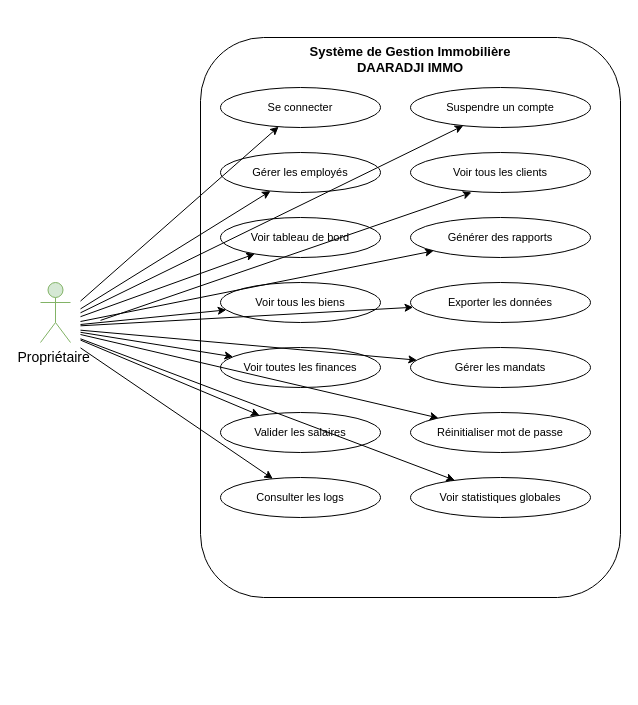
Before: page "UseCase-Proprietaire" (2 of 3) of diagramme-contexte.drawio in Awa-ndao/gestion-immobiliere-daaradji, a draw.io diagram. Source tidied: cells renumbered, new cells numbered last; positions are measured from the earlier drawing's top-left corner, leaving out a move shared by most shapes. Both pictures are drawn from the tidied source at 100%, with x=0, y=0 at pixel (40, 37).
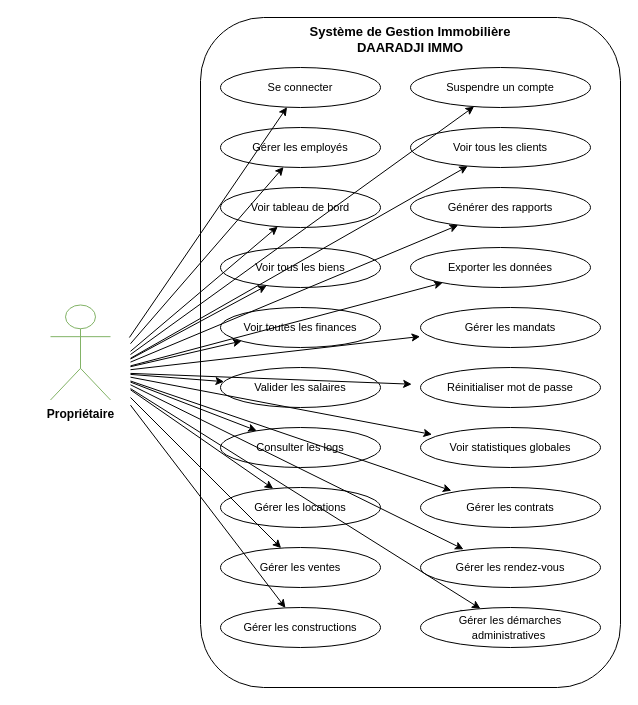
After the change.

Commit message:
Mettre à jour UseCase-Proprietaire.drawio

The edit, as a diff of the source:
```diff
@@
     <mxCell id="2" value="Système de Gestion Immobilière&#10;DAARADJI IMMO" style="rounded=1;whiteSpace=wrap;html=1;fillColor=none;     strokeColor=#000000;fontSize=13;fontStyle=1;verticalAlign=top;     spacingTop=10;" parent="1" vertex="1">
-      <mxGeometry x="160" width="420" height="560" as="geometry" />
+      <mxGeometry x="160" y="-20" width="420" height="670" as="geometry" />
     </mxCell>
     <mxCell id="3" value="Se connecter" style="ellipse;whiteSpace=wrap;html=1;fontSize=11;" parent="1" vertex="1">
-      <mxGeometry x="180" y="50" width="160" height="40" as="geometry" />
+      <mxGeometry x="180" y="30" width="160" height="40" as="geometry" />
     </mxCell>
     <mxCell id="4" value="Gérer les employés" style="ellipse;whiteSpace=wrap;html=1;fontSize=11;" parent="1" vertex="1">
-      <mxGeometry x="180" y="115" width="160" height="40" as="geometry" />
+      <mxGeometry x="180" y="90" width="160" height="40" as="geometry" />
     </mxCell>
     <mxCell id="5" value="Voir tableau de bord" style="ellipse;whiteSpace=wrap;html=1;fontSize=11;" parent="1" vertex="1">
-      <mxGeometry x="180" y="180" width="160" height="40" as="geometry" />
+      <mxGeometry x="180" y="150" width="160" height="40" as="geometry" />
     </mxCell>
     <mxCell id="6" value="Voir tous les biens" style="ellipse;whiteSpace=wrap;html=1;fontSize=11;" parent="1" vertex="1">
-      <mxGeometry x="180" y="245" width="160" height="40" as="geometry" />
+      <mxGeometry x="180" y="210" width="160" height="40" as="geometry" />
     </mxCell>
     <mxCell id="7" value="Voir toutes les finances" style="ellipse;whiteSpace=wrap;html=1;fontSize=11;" parent="1" vertex="1">
-      <mxGeometry x="180" y="310" width="160" height="40" as="geometry" />
+      <mxGeometry x="180" y="270" width="160" height="40" as="geometry" />
     </mxCell>
     <mxCell id="8" value="Valider les salaires" style="ellipse;whiteSpace=wrap;html=1;fontSize=11;" parent="1" vertex="1">
-      <mxGeometry x="180" y="375" width="160" height="40" as="geometry" />
+      <mxGeometry x="180" y="330" width="160" height="40" as="geometry" />
     </mxCell>
     <mxCell id="9" value="Consulter les logs" style="ellipse;whiteSpace=wrap;html=1;fontSize=11;" parent="1" vertex="1">
-      <mxGeometry x="180" y="440" width="160" height="40" as="geometry" />
+      <mxGeometry x="180" y="390" width="160" height="40" as="geometry" />
     </mxCell>
-    <mxCell id="10" value="Suspendre un compte" style="ellipse;whiteSpace=wrap;html=1;fontSize=11;" parent="1" vertex="1">
-      <mxGeometry x="370" y="50" width="180" height="40" as="geometry" />
+    <mxCell id="10" value="Gérer les locations" style="ellipse;whiteSpace=wrap;html=1;fontSize=11;" parent="1" vertex="1">
+      <mxGeometry x="180" y="450" width="160" height="40" as="geometry" />
     </mxCell>
-    <mxCell id="11" value="Voir tous les clients" style="ellipse;whiteSpace=wrap;html=1;fontSize=11;" parent="1" vertex="1">
-      <mxGeometry x="370" y="115" width="180" height="40" as="geometry" />
+    <mxCell id="11" value="Gérer les ventes" style="ellipse;whiteSpace=wrap;html=1;fontSize=11;" parent="1" vertex="1">
+      <mxGeometry x="180" y="510" width="160" height="40" as="geometry" />
     </mxCell>
-    <mxCell id="12" value="Générer des rapports" style="ellipse;whiteSpace=wrap;html=1;fontSize=11;" parent="1" vertex="1">
-      <mxGeometry x="370" y="180" width="180" height="40" as="geometry" />
+    <mxCell id="12" value="Gérer les constructions" style="ellipse;whiteSpace=wrap;html=1;fontSize=11;" parent="1" vertex="1">
+      <mxGeometry x="180" y="570" width="160" height="40" as="geometry" />
     </mxCell>
-    <mxCell id="13" value="Exporter les données" style="ellipse;whiteSpace=wrap;html=1;fontSize=11;" parent="1" vertex="1">
-      <mxGeometry x="370" y="245" width="180" height="40" as="geometry" />
+    <mxCell id="13" value="Suspendre un compte" style="ellipse;whiteSpace=wrap;html=1;fontSize=11;" parent="1" vertex="1">
+      <mxGeometry x="370" y="30" width="180" height="40" as="geometry" />
     </mxCell>
-    <mxCell id="14" value="Gérer les mandats" style="ellipse;whiteSpace=wrap;html=1;fontSize=11;" parent="1" vertex="1">
-      <mxGeometry x="370" y="310" width="180" height="40" as="geometry" />
+    <mxCell id="14" value="Voir tous les clients" style="ellipse;whiteSpace=wrap;html=1;fontSize=11;" parent="1" vertex="1">
+      <mxGeometry x="370" y="90" width="180" height="40" as="geometry" />
     </mxCell>
-    <mxCell id="15" value="Réinitialiser mot de passe" style="ellipse;whiteSpace=wrap;html=1;fontSize=11;" parent="1" vertex="1">
-      <mxGeometry x="370" y="375" width="180" height="40" as="geometry" />
+    <mxCell id="15" value="Générer des rapports" style="ellipse;whiteSpace=wrap;html=1;fontSize=11;" parent="1" vertex="1">
+      <mxGeometry x="370" y="150" width="180" height="40" as="geometry" />
     </mxCell>
-    <mxCell id="16" value="Voir statistiques globales" style="ellipse;whiteSpace=wrap;html=1;fontSize=11;" parent="1" vertex="1">
-      <mxGeometry x="370" y="440" width="180" height="40" as="geometry" />
+    <mxCell id="16" value="Exporter les données" style="ellipse;whiteSpace=wrap;html=1;fontSize=11;" parent="1" vertex="1">
+      <mxGeometry x="370" y="210" width="180" height="40" as="geometry" />
     </mxCell>
-    <mxCell id="17" parent="1" edge="1" target="3">
-      <mxGeometry relative="1" as="geometry">
-        <mxPoint x="40" y="263.6" as="sourcePoint" />
-      </mxGeometry>
-    </mxCell>
-    <mxCell id="18" parent="1" edge="1" target="4">
-      <mxGeometry relative="1" as="geometry">
-        <mxPoint x="40" y="271.4" as="sourcePoint" />
-      </mxGeometry>
-    </mxCell>
-    <mxCell id="19" parent="1" edge="1" target="5">
-      <mxGeometry relative="1" as="geometry">
-        <mxPoint x="40" y="279.2" as="sourcePoint" />
-      </mxGeometry>
-    </mxCell>
-    <mxCell id="20" parent="1" edge="1" target="6">
-      <mxGeometry relative="1" as="geometry">
-        <mxPoint x="40" y="287" as="sourcePoint" />
-      </mxGeometry>
-    </mxCell>
-    <mxCell id="21" parent="1" edge="1" target="7">
-      <mxGeometry relative="1" as="geometry">
-        <mxPoint x="40" y="294.8" as="sourcePoint" />
-      </mxGeometry>
-    </mxCell>
-    <mxCell id="22" parent="1" edge="1" target="8">
-      <mxGeometry relative="1" as="geometry">
-        <mxPoint x="40" y="302.6" as="sourcePoint" />
-      </mxGeometry>
-    </mxCell>
-    <mxCell id="23" parent="1" edge="1" target="9">
+    <mxCell id="23" parent="1" edge="1" target="3">
       <mxGeometry relative="1" as="geometry">
-        <mxPoint x="40" y="310.4" as="sourcePoint" />
+        <mxPoint x="88.9" y="300" as="sourcePoint" />
       </mxGeometry>
     </mxCell>
-    <mxCell id="24" parent="1" edge="1" target="10">
+    <mxCell id="24" parent="1" edge="1" target="4">
       <mxGeometry relative="1" as="geometry">
-        <mxPoint x="40" y="275.3" as="sourcePoint" />
+        <mxPoint x="90" y="306.2" as="sourcePoint" />
       </mxGeometry>
     </mxCell>
-    <mxCell id="25" parent="1" edge="1">
+    <mxCell id="25" parent="1" edge="1" target="5">
       <mxGeometry relative="1" as="geometry">
-        <mxPoint x="60" y="282.9" as="sourcePoint" />
-        <mxPoint x="431" y="155" as="targetPoint" />
+        <mxPoint x="90" y="313.8" as="sourcePoint" />
       </mxGeometry>
     </mxCell>
-    <mxCell id="26" parent="1" edge="1" target="12">
+    <mxCell id="26" parent="1" edge="1" target="6">
       <mxGeometry relative="1" as="geometry">
-        <mxPoint x="40" y="284" as="sourcePoint" />
+        <mxPoint x="90" y="321.5" as="sourcePoint" />
       </mxGeometry>
     </mxCell>
-    <mxCell id="27" parent="1" edge="1" target="13">
+    <mxCell id="27" parent="1" edge="1" target="7">
       <mxGeometry relative="1" as="geometry">
-        <mxPoint x="40" y="288.3" as="sourcePoint" />
+        <mxPoint x="90" y="329.2" as="sourcePoint" />
       </mxGeometry>
     </mxCell>
-    <mxCell id="28" parent="1" edge="1" target="14">
+    <mxCell id="28" parent="1" edge="1" target="8">
       <mxGeometry relative="1" as="geometry">
-        <mxPoint x="40" y="292.7" as="sourcePoint" />
+        <mxPoint x="90" y="336.9" as="sourcePoint" />
       </mxGeometry>
     </mxCell>
-    <mxCell id="29" parent="1" edge="1" target="15">
+    <mxCell id="29" parent="1" edge="1" target="9">
       <mxGeometry relative="1" as="geometry">
-        <mxPoint x="40" y="297" as="sourcePoint" />
+        <mxPoint x="90" y="344.6" as="sourcePoint" />
       </mxGeometry>
     </mxCell>
-    <mxCell id="30" parent="1" edge="1" target="16">
+    <mxCell id="30" parent="1" edge="1" target="10">
       <mxGeometry relative="1" as="geometry">
-        <mxPoint x="40" y="301.3" as="sourcePoint" />
+        <mxPoint x="90" y="352.3" as="sourcePoint" />
       </mxGeometry>
     </mxCell>
+    <mxCell id="32" parent="1" edge="1" target="11">
+      <mxGeometry relative="1" as="geometry">
+        <mxPoint x="90" y="360" as="sourcePoint" />
+      </mxGeometry>
+    </mxCell>
+    <mxCell id="33" parent="1" edge="1" target="12">
+      <mxGeometry relative="1" as="geometry">
+        <mxPoint x="90" y="367.7" as="sourcePoint" />
+      </mxGeometry>
+    </mxCell>
+    <mxCell id="34" parent="1" edge="1" target="13">
+      <mxGeometry relative="1" as="geometry">
+        <mxPoint x="90" y="317" as="sourcePoint" />
+      </mxGeometry>
+    </mxCell>
+    <mxCell id="35" parent="1" edge="1" target="14">
+      <mxGeometry relative="1" as="geometry">
+        <mxPoint x="90" y="320.8" as="sourcePoint" />
+      </mxGeometry>
+    </mxCell>
+    <mxCell id="36" parent="1" edge="1" target="15">
+      <mxGeometry relative="1" as="geometry">
+        <mxPoint x="90" y="324.6" as="sourcePoint" />
+      </mxGeometry>
+    </mxCell>
+    <mxCell id="37" parent="1" edge="1" target="16">
+      <mxGeometry relative="1" as="geometry">
+        <mxPoint x="90" y="328.4" as="sourcePoint" />
+      </mxGeometry>
+    </mxCell>
+    <mxCell id="38" parent="1" edge="1">
+      <mxGeometry relative="1" as="geometry">
+        <mxPoint x="90" y="332.2" as="sourcePoint" />
+        <mxPoint x="379.6" y="299" as="targetPoint" />
+      </mxGeometry>
+    </mxCell>
+    <mxCell id="39" parent="1" edge="1">
+      <mxGeometry relative="1" as="geometry">
+        <mxPoint x="90" y="335.9" as="sourcePoint" />
+        <mxPoint x="371.2" y="346.7" as="targetPoint" />
+      </mxGeometry>
+    </mxCell>
+    <mxCell id="40" parent="1" edge="1">
+      <mxGeometry relative="1" as="geometry">
+        <mxPoint x="90" y="339.7" as="sourcePoint" />
+        <mxPoint x="391.5" y="397" as="targetPoint" />
+      </mxGeometry>
+    </mxCell>
+    <mxCell id="41" parent="1" edge="1">
+      <mxGeometry relative="1" as="geometry">
+        <mxPoint x="90" y="343.5" as="sourcePoint" />
+        <mxPoint x="410.9" y="453.2" as="targetPoint" />
+      </mxGeometry>
+    </mxCell>
+    <mxCell id="42" parent="1" edge="1">
+      <mxGeometry relative="1" as="geometry">
+        <mxPoint x="90" y="347.3" as="sourcePoint" />
+        <mxPoint x="423" y="511.8" as="targetPoint" />
+      </mxGeometry>
+    </mxCell>
+    <mxCell id="43" parent="1" edge="1" source="50">
+      <mxGeometry relative="1" as="geometry">
+        <mxPoint x="419.2" y="572.2" as="targetPoint" />
+      </mxGeometry>
+    </mxCell>
+    <mxCell id="44" value="&lt;span style=&quot;font-size: 11px;&quot;&gt;Gérer les mandats&lt;/span&gt;" style="ellipse;whiteSpace=wrap;html=1;shapeInside=1;" parent="1" vertex="1">
+      <mxGeometry x="380" y="270" width="180" height="40" as="geometry" />
+    </mxCell>
+    <mxCell id="45" value="&lt;span style=&quot;font-size: 11px;&quot;&gt;Réinitialiser mot de passe&lt;/span&gt;" style="ellipse;whiteSpace=wrap;html=1;shapeInside=1;" parent="1" vertex="1">
+      <mxGeometry x="380" y="330" width="180" height="40" as="geometry" />
+    </mxCell>
+    <mxCell id="46" value="&lt;span style=&quot;font-size: 11px;&quot;&gt;Voir statistiques globales&lt;/span&gt;" style="ellipse;whiteSpace=wrap;html=1;shapeInside=1;" parent="1" vertex="1">
+      <mxGeometry x="380" y="390" width="180" height="40" as="geometry" />
+    </mxCell>
+    <mxCell id="47" value="&lt;span style=&quot;font-size: 11px;&quot;&gt;Gérer les contrats&lt;/span&gt;" style="ellipse;whiteSpace=wrap;html=1;shapeInside=1;" parent="1" vertex="1">
+      <mxGeometry x="380" y="450" width="180" height="40" as="geometry" />
+    </mxCell>
+    <mxCell id="48" value="&lt;span style=&quot;font-size: 11px;&quot;&gt;Gérer les rendez-vous&lt;/span&gt;" style="ellipse;whiteSpace=wrap;html=1;shapeInside=1;" parent="1" vertex="1">
+      <mxGeometry x="380" y="510" width="180" height="40" as="geometry" />
+    </mxCell>
-    <mxCell id="31" value="&lt;font style=&quot;font-size: 14px;&quot;&gt;Propriétaire&amp;nbsp;&lt;/font&gt;" style="shape=umlActor;verticalLabelPosition=bottom;verticalAlign=top;html=1;fillColor=#d5e8d4;strokeColor=#82b366;" parent="1" vertex="1">
-      <mxGeometry y="245" width="30" height="60" as="geometry" />
+    <mxCell id="31" value="&lt;span style=&quot;font-weight: 700; white-space: normal;&quot;&gt;Propriétaire&lt;/span&gt;&lt;br style=&quot;font-weight: 700; white-space: normal;&quot;&gt;" style="shape=umlActor;verticalLabelPosition=bottom;verticalAlign=top;html=1;fillColor=#ffffff;strokeColor=#82b366;" parent="1" vertex="1">
+      <mxGeometry x="10" y="267.5" width="60" height="95" as="geometry" />
     </mxCell>
+    <mxCell id="49" parent="1" edge="1" target="50">
+      <mxGeometry relative="1" as="geometry">
+        <mxPoint x="90" y="351.1" as="sourcePoint" />
+      </mxGeometry>
+    </mxCell>
+    <mxCell id="50" value="&lt;span style=&quot;font-size: 11px;&quot;&gt;Gérer les démarches administratives&amp;nbsp;&lt;/span&gt;" style="ellipse;whiteSpace=wrap;html=1;shapeInside=1;" parent="1" vertex="1">
+      <mxGeometry x="380" y="570" width="180" height="40" as="geometry" />
+    </mxCell>
```
